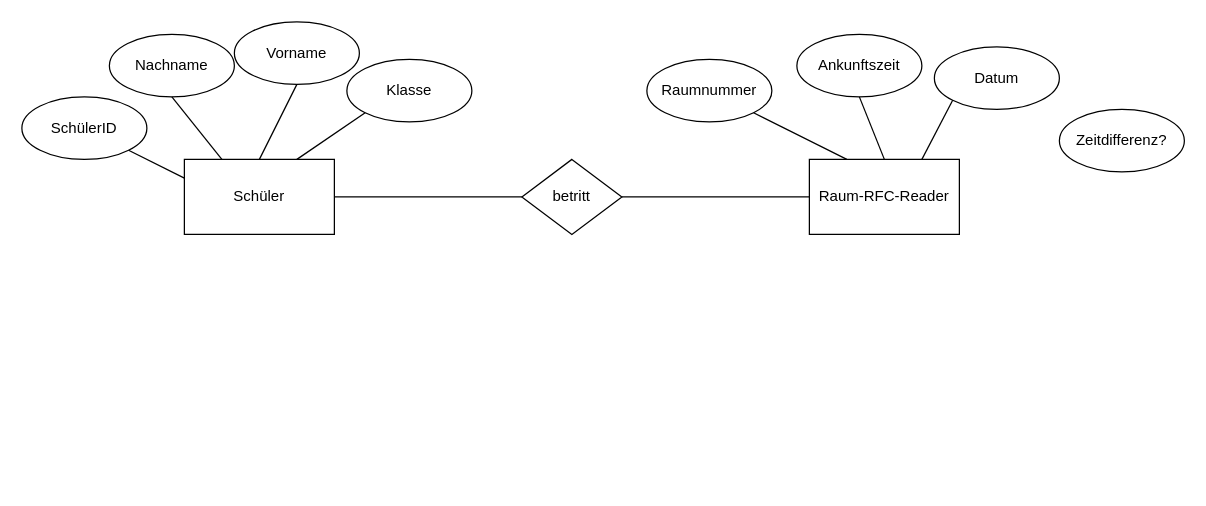
This is ERD Anwesenheit.drawio from SandraGrave/Anwensheitskontrolle, a draw.io file, before an edit. Source tidied: cells renumbered, new cells numbered last; positions are measured from the earlier drawing's top-left corner, leaving out a move shared by most shapes. Both pictures are drawn from the tidied source at 125%, with x=0, y=0 at pixel (21, 21).
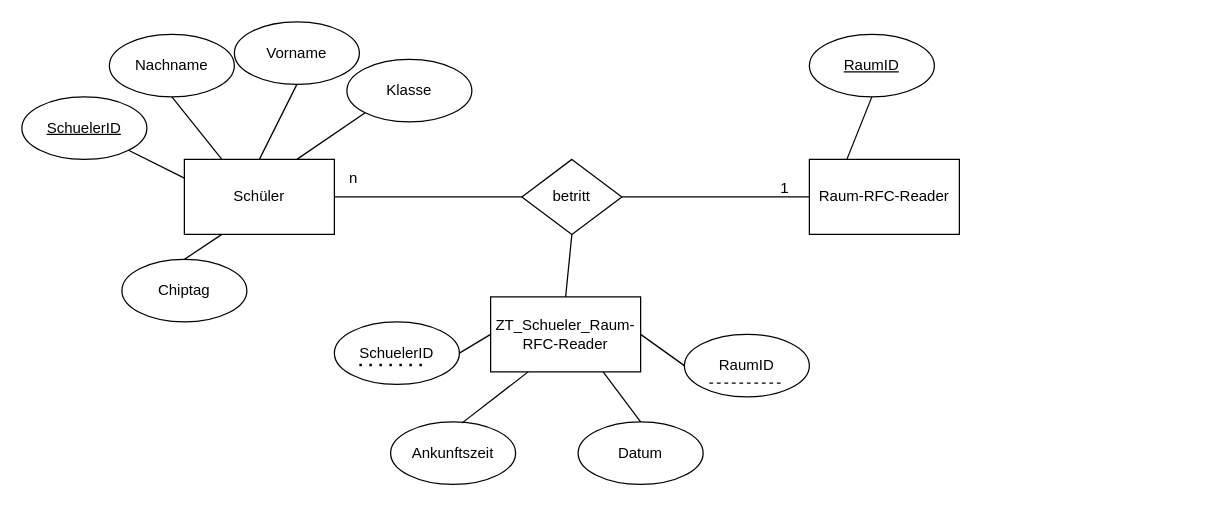
Above is the later version.

Unchanged cells that the change refers to:
```xml
<mxCell id="2" value="Schüler" style="rounded=0;whiteSpace=wrap;html=1;" parent="1" vertex="1">
  <mxGeometry x="130" y="110" width="120" height="60" as="geometry" />
</mxCell>
<mxCell id="3" value="Raum-RFC-Reader" style="rounded=0;whiteSpace=wrap;html=1;" parent="1" vertex="1">
  <mxGeometry x="630" y="110" width="120" height="60" as="geometry" />
</mxCell>
<mxCell id="20" value="betritt" style="rhombus;whiteSpace=wrap;html=1;" parent="1" vertex="1">
  <mxGeometry x="400" y="110" width="80" height="60" as="geometry" />
</mxCell>
```

The edit, as a diff of the source:
```diff
@@
-    <mxCell id="4" value="SchülerID" style="ellipse;whiteSpace=wrap;html=1;" parent="1" vertex="1">
+    <mxCell id="4" value="&lt;u&gt;SchuelerID&lt;/u&gt;" style="ellipse;whiteSpace=wrap;html=1;" parent="1" vertex="1">
       <mxGeometry y="60" width="100" height="50" as="geometry" />
     </mxCell>
@@
-    <mxCell id="7" value="Raumnummer" style="ellipse;whiteSpace=wrap;html=1;" parent="1" vertex="1">
-      <mxGeometry x="500" y="30" width="100" height="50" as="geometry" />
+    <mxCell id="7" value="&lt;u&gt;RaumID&lt;/u&gt;" style="ellipse;whiteSpace=wrap;html=1;" parent="1" vertex="1">
+      <mxGeometry x="630" y="10" width="100" height="50" as="geometry" />
     </mxCell>
@@
     <mxCell id="9" value="Ankunftszeit" style="ellipse;whiteSpace=wrap;html=1;" parent="1" vertex="1">
-      <mxGeometry x="620" y="10" width="100" height="50" as="geometry" />
+      <mxGeometry x="295" y="320" width="100" height="50" as="geometry" />
     </mxCell>
@@
-    <mxCell id="14" style="endArrow=none;html=1;rounded=0;entryX=1;entryY=1;entryDx=0;entryDy=0;exitX=0.25;exitY=0;exitDx=0;exitDy=0;" parent="1" edge="1" source="3" target="7">
+    <mxCell id="14" style="endArrow=none;html=1;rounded=0;entryX=0.5;entryY=1;entryDx=0;entryDy=0;exitX=0.25;exitY=0;exitDx=0;exitDy=0;" parent="1" edge="1" source="3" target="7">
       <mxGeometry relative="1" as="geometry" />
     </mxCell>
-    <mxCell id="15" style="endArrow=none;html=1;rounded=0;entryX=0.5;entryY=1;entryDx=0;entryDy=0;exitX=0.5;exitY=0;exitDx=0;exitDy=0;" parent="1" edge="1" source="3" target="9">
+    <mxCell id="15" style="endArrow=none;html=1;rounded=0;entryX=0.57;entryY=0.02;entryDx=0;entryDy=0;exitX=0.25;exitY=1;exitDx=0;exitDy=0;entryPerimeter=0;" parent="1" edge="1" source="24" target="9">
       <mxGeometry relative="1" as="geometry" />
     </mxCell>
     <mxCell id="16" value="Datum" style="ellipse;whiteSpace=wrap;html=1;" parent="1" vertex="1">
-      <mxGeometry x="730" y="20" width="100" height="50" as="geometry" />
+      <mxGeometry x="445" y="320" width="100" height="50" as="geometry" />
     </mxCell>
-    <mxCell id="17" style="endArrow=none;html=1;rounded=0;entryX=0;entryY=1;entryDx=0;entryDy=0;exitX=0.75;exitY=0;exitDx=0;exitDy=0;" parent="1" edge="1" source="3" target="16">
+    <mxCell id="17" style="endArrow=none;html=1;rounded=0;entryX=0.5;entryY=0;entryDx=0;entryDy=0;exitX=0.75;exitY=1;exitDx=0;exitDy=0;" parent="1" edge="1" source="24" target="16">
       <mxGeometry relative="1" as="geometry" />
     </mxCell>
@@
-    <mxCell id="21" value="&lt;div&gt;Zeitdifferenz?&lt;/div&gt;" style="ellipse;whiteSpace=wrap;html=1;" parent="1" vertex="1">
-      <mxGeometry x="830" y="70" width="100" height="50" as="geometry" />
-    </mxCell>
+    <mxCell id="22" value="Chiptag" style="ellipse;whiteSpace=wrap;html=1;" parent="1" vertex="1">
+      <mxGeometry x="80" y="190" width="100" height="50" as="geometry" />
+    </mxCell>
+    <mxCell id="23" style="endArrow=none;html=1;rounded=0;entryX=0.25;entryY=1;entryDx=0;entryDy=0;exitX=0.5;exitY=0;exitDx=0;exitDy=0;" parent="1" edge="1" source="22" target="2">
+      <mxGeometry relative="1" as="geometry" />
+    </mxCell>
+    <mxCell id="24" value="ZT_Schueler_Raum-RFC-Reader" style="rounded=0;whiteSpace=wrap;html=1;" parent="1" vertex="1">
+      <mxGeometry x="375" y="220" width="120" height="60" as="geometry" />
+    </mxCell>
+    <mxCell id="25" value="SchuelerID" style="ellipse;whiteSpace=wrap;html=1;" parent="1" vertex="1">
+      <mxGeometry x="250" y="240" width="100" height="50" as="geometry" />
+    </mxCell>
+    <mxCell id="26" value="RaumID" style="ellipse;whiteSpace=wrap;html=1;" parent="1" vertex="1">
+      <mxGeometry x="530" y="250" width="100" height="50" as="geometry" />
+    </mxCell>
+    <mxCell id="27" style="endArrow=none;html=1;rounded=0;entryX=1;entryY=0.5;entryDx=0;entryDy=0;exitX=0;exitY=0.5;exitDx=0;exitDy=0;" parent="1" edge="1" source="24" target="25">
+      <mxGeometry relative="1" as="geometry" />
+    </mxCell>
+    <mxCell id="28" style="endArrow=none;html=1;rounded=0;entryX=0;entryY=0.5;entryDx=0;entryDy=0;exitX=1;exitY=0.5;exitDx=0;exitDy=0;" parent="1" edge="1" source="24" target="26">
+      <mxGeometry relative="1" as="geometry" />
+    </mxCell>
+    <mxCell id="29" style="endArrow=none;html=1;rounded=0;entryX=0.5;entryY=1;entryDx=0;entryDy=0;exitX=0.5;exitY=0;exitDx=0;exitDy=0;" parent="1" edge="1" source="24" target="20">
+      <mxGeometry relative="1" as="geometry" />
+    </mxCell>
+    <mxCell id="30" value="1" style="text;html=1;align=center;verticalAlign=middle;strokeColor=none;fillColor=none;" parent="1" vertex="1">
+      <mxGeometry x="595" y="118" width="30" height="30" as="geometry" />
+    </mxCell>
+    <mxCell id="31" value="n" style="text;html=1;align=center;verticalAlign=middle;strokeColor=none;fillColor=none;" parent="1" vertex="1">
+      <mxGeometry x="250" y="110" width="30" height="30" as="geometry" />
+    </mxCell>
+    <mxCell id="32" style="endArrow=none;dashed=1;html=1;dashPattern=1 3;strokeWidth=2;rounded=0;" parent="1" edge="1">
+      <mxGeometry relative="1" as="geometry">
+        <mxPoint x="270" y="274.5" as="sourcePoint" />
+        <mxPoint x="320" y="274.5" as="targetPoint" />
+      </mxGeometry>
+    </mxCell>
+    <mxCell id="33" style="endArrow=none;dashed=1;html=1;rounded=0;" parent="1" edge="1">
+      <mxGeometry relative="1" as="geometry">
+        <mxPoint x="550" y="289" as="sourcePoint" />
+        <mxPoint x="610" y="289" as="targetPoint" />
+      </mxGeometry>
+    </mxCell>
```
